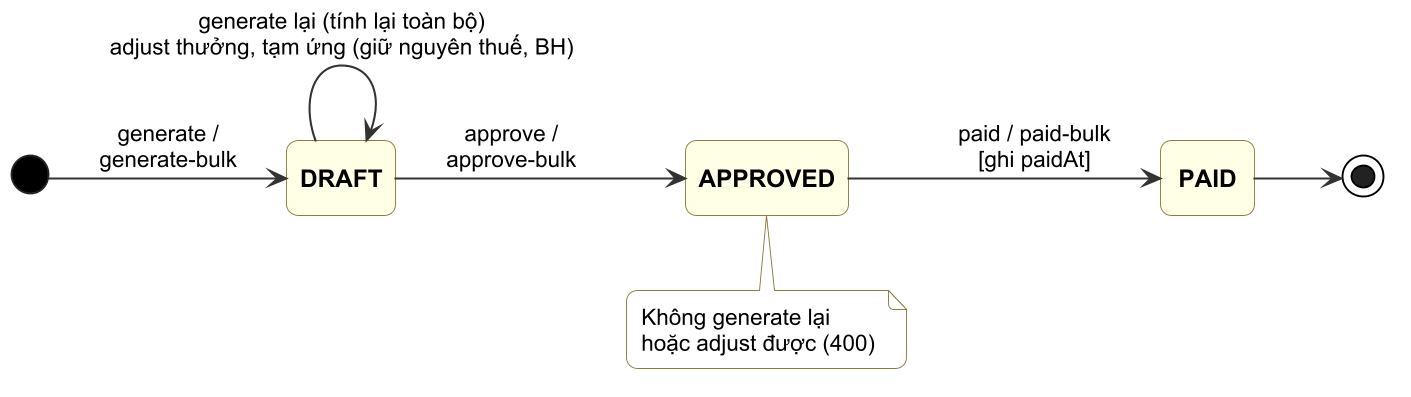
Earlier version of the PlantUML export docs/diagrams/H4-06-payroll-state.png (NguyenDang182005/khoa-luan). Its diagram source:
```plantuml
@startuml
skinparamlocked dpi 180
!include _style.iuml
hide empty description
left to right direction
[*] --> DRAFT : generate /\ngenerate-bulk
DRAFT --> DRAFT : generate lại (tính lại toàn bộ)\nadjust thưởng, tạm ứng (giữ nguyên thuế, BH)
DRAFT --> APPROVED : approve /\napprove-bulk
APPROVED --> PAID : paid / paid-bulk\n[ghi paidAt]
PAID --> [*]
note bottom of APPROVED
  Không generate lại
  hoặc adjust được (400)
end note
@enduml
```
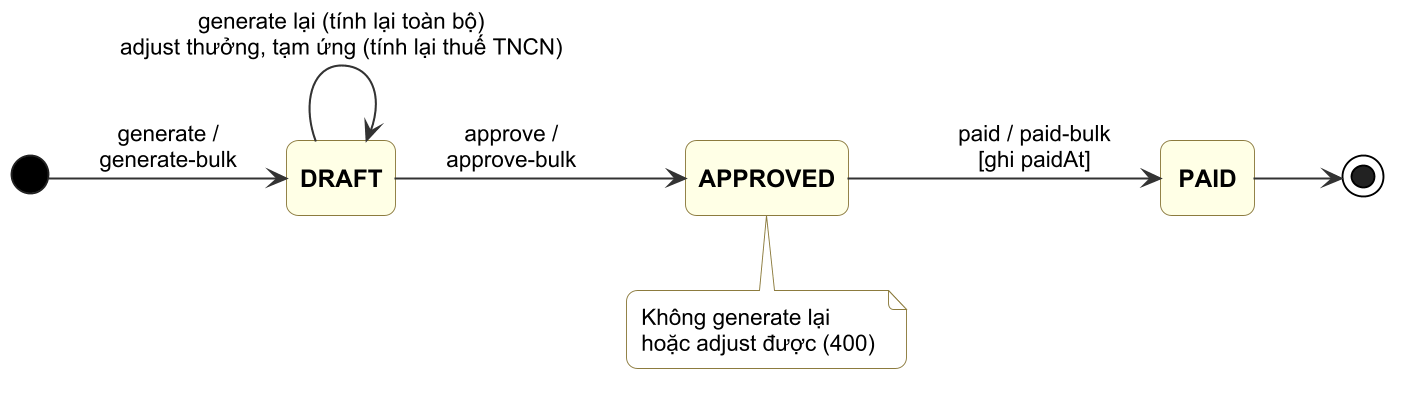
After the commit.

Diff of the diagram source:
```diff
@@ -4,7 +4,7 @@
 hide empty description
 left to right direction
 [*] --> DRAFT : generate /\ngenerate-bulk
-DRAFT --> DRAFT : generate lại (tính lại toàn bộ)\nadjust thưởng, tạm ứng (giữ nguyên thuế, BH)
+DRAFT --> DRAFT : generate lại (tính lại toàn bộ)\nadjust thưởng, tạm ứng (tính lại thuế TNCN)
 DRAFT --> APPROVED : approve /\napprove-bulk
 APPROVED --> PAID : paid / paid-bulk\n[ghi paidAt]
 PAID --> [*]
```
